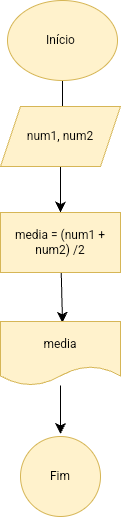
This is variaveiseoperadoresaritmeticos/Calculomedia.drawio.png from FlavioNoimEtec/PA_2025, a draw.io export, as it was before one commit. Source tidied: cells renumbered, new cells last; positions are measured from the earlier drawing's top-left corner, leaving out a move shared by most shapes.
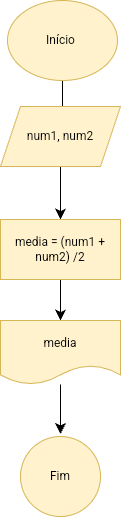
Later version of the same file.

Change to the diagram source:
```diff
@@ -16,13 +16,11 @@
     <mxCell id="5" value="num1, num2" style="shape=parallelogram;perimeter=parallelogramPerimeter;whiteSpace=wrap;html=1;fixedSize=1;fillColor=#fff2cc;strokeColor=#d6b656;" parent="1" vertex="1">
       <mxGeometry y="106" width="120" height="60" as="geometry" />
     </mxCell>
-    <mxCell id="6" style="edgeStyle=none;curved=1;rounded=0;jettySize=auto;html=1;fontSize=12;startSize=8;endSize=8;" parent="1" edge="1" source="7">
-      <mxGeometry relative="1" as="geometry">
-        <mxPoint x="62" y="322.2" as="targetPoint" />
-      </mxGeometry>
+    <mxCell id="6" style="edgeStyle=none;curved=1;rounded=0;jettySize=auto;html=1;fontSize=12;startSize=8;endSize=8;entryX=0.5;entryY=0;entryDx=0;entryDy=0;" parent="1" edge="1" source="7" target="9">
+      <mxGeometry relative="1" as="geometry" />
     </mxCell>
     <mxCell id="7" value="media = (num1 + num2) /2" style="rounded=0;whiteSpace=wrap;html=1;fillColor=#fff2cc;strokeColor=#d6b656;" parent="1" vertex="1">
-      <mxGeometry y="212" width="120" height="60" as="geometry" />
+      <mxGeometry y="219" width="120" height="60" as="geometry" />
     </mxCell>
     <mxCell id="8" style="edgeStyle=none;curved=1;rounded=0;jettySize=auto;html=1;fontSize=12;startSize=8;endSize=8;" parent="1" edge="1" source="9">
       <mxGeometry relative="1" as="geometry">
@@ -30,7 +28,7 @@
       </mxGeometry>
     </mxCell>
     <mxCell id="9" value="media" style="shape=document;whiteSpace=wrap;html=1;boundedLbl=1;fillColor=#fff2cc;strokeColor=#d6b656;" parent="1" vertex="1">
-      <mxGeometry y="321" width="120" height="64" as="geometry" />
+      <mxGeometry y="320" width="120" height="64" as="geometry" />
     </mxCell>
     <mxCell id="10" value="Fim" style="ellipse;whiteSpace=wrap;html=1;fillColor=#fff2cc;strokeColor=#d6b656;" parent="1" vertex="1">
       <mxGeometry x="20" y="436" width="80" height="80" as="geometry" />
```
